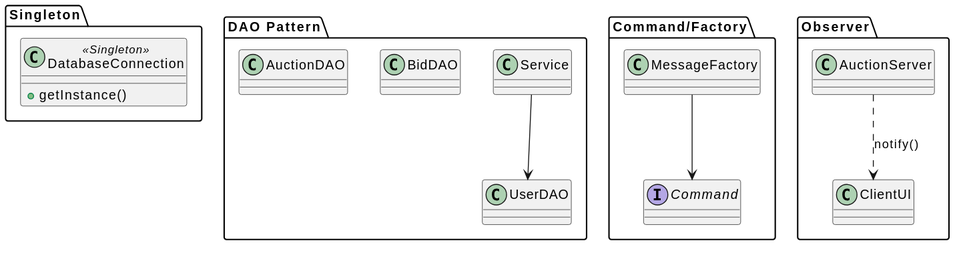
The PlantUML diagram docs/images/patterns.svg in duydo11/auction-system-cua-hai-giang-duy-va-beo, before a commit.
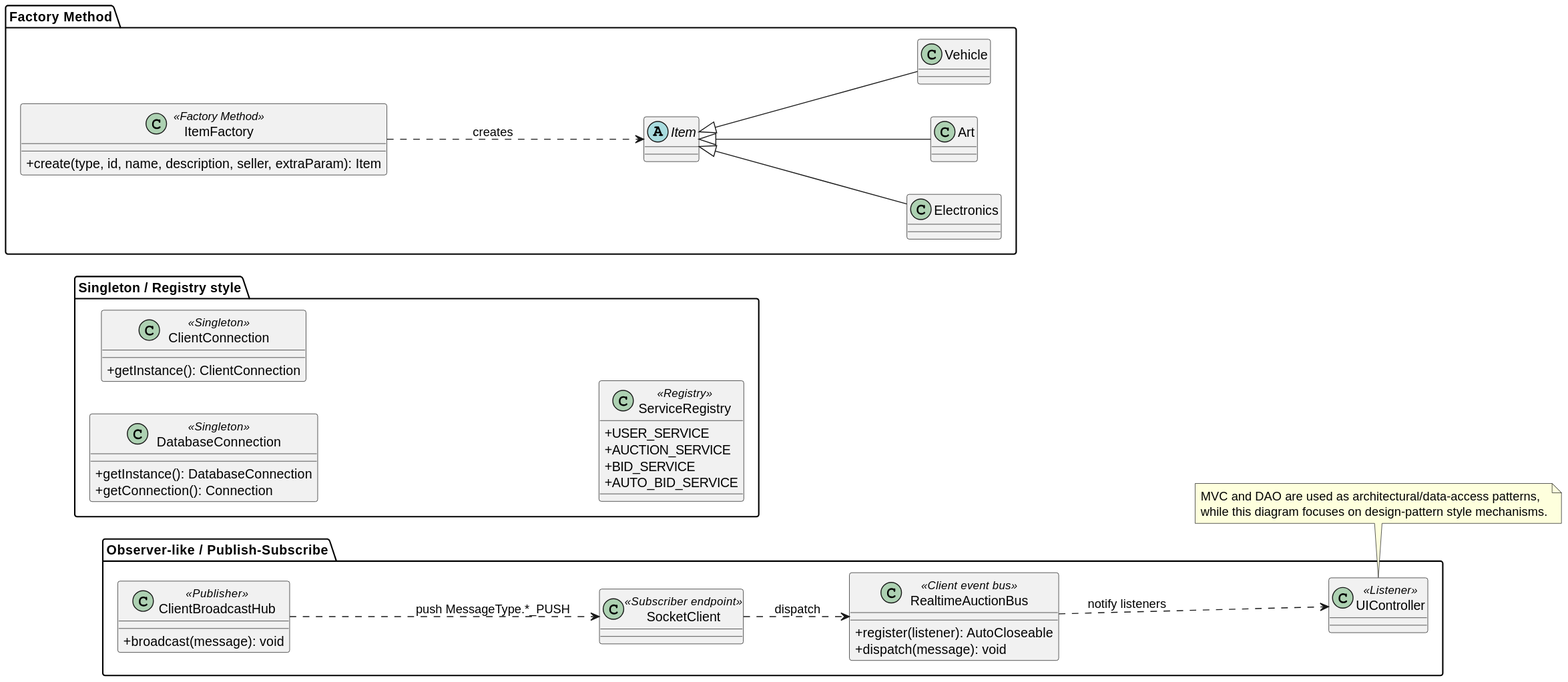
The same file after the commit.

The edit, as a diff of the source:
```diff
@@ -1,27 +1,58 @@
 @startuml
-package "Singleton" {
+skinparam classAttributeIconSize 0
+left to right direction
+
+package "Factory Method" {
+  class ItemFactory <<Factory Method>> {
+    + create(type, id, name, description, seller, extraParam): Item
+  }
+  abstract class Item
+  class Electronics
+  class Art
+  class Vehicle
+
+  ItemFactory ..> Item : creates
+  Item <|-- Electronics
+  Item <|-- Art
+  Item <|-- Vehicle
+}
+
+package "Singleton / Registry style" {
   class DatabaseConnection <<Singleton>> {
-    + getInstance()
+    + getInstance(): DatabaseConnection
+    + getConnection(): Connection
+  }
+
+  class ClientConnection <<Singleton>> {
+    + getInstance(): ClientConnection
+  }
+
+  class ServiceRegistry <<Registry>> {
+    + USER_SERVICE
+    + AUCTION_SERVICE
+    + BID_SERVICE
+    + AUTO_BID_SERVICE
   }
 }
 
-package "DAO Pattern" {
-  class UserDAO
-  class AuctionDAO
-  class BidDAO
-  class Service
-  Service --> UserDAO
+package "Observer-like / Publish-Subscribe" {
+  class ClientBroadcastHub <<Publisher>> {
+    + broadcast(message): void
+  }
+  class SocketClient <<Subscriber endpoint>>
+  class RealtimeAuctionBus <<Client event bus>> {
+    + register(listener): AutoCloseable
+    + dispatch(message): void
+  }
+  class UIController <<Listener>>
+
+  ClientBroadcastHub ..> SocketClient : push MessageType.*_PUSH
+  SocketClient ..> RealtimeAuctionBus : dispatch
+  RealtimeAuctionBus ..> UIController : notify listeners
 }
 
-package "Command/Factory" {
-  interface Command
-  class MessageFactory
-  MessageFactory --> Command
-}
-
-package "Observer" {
-  class AuctionServer
-  class ClientUI
-  AuctionServer ..> ClientUI : notify()
-}
+note bottom
+MVC and DAO are used as architectural/data-access patterns,
+while this diagram focuses on design-pattern style mechanisms.
+end note
 @enduml
```
